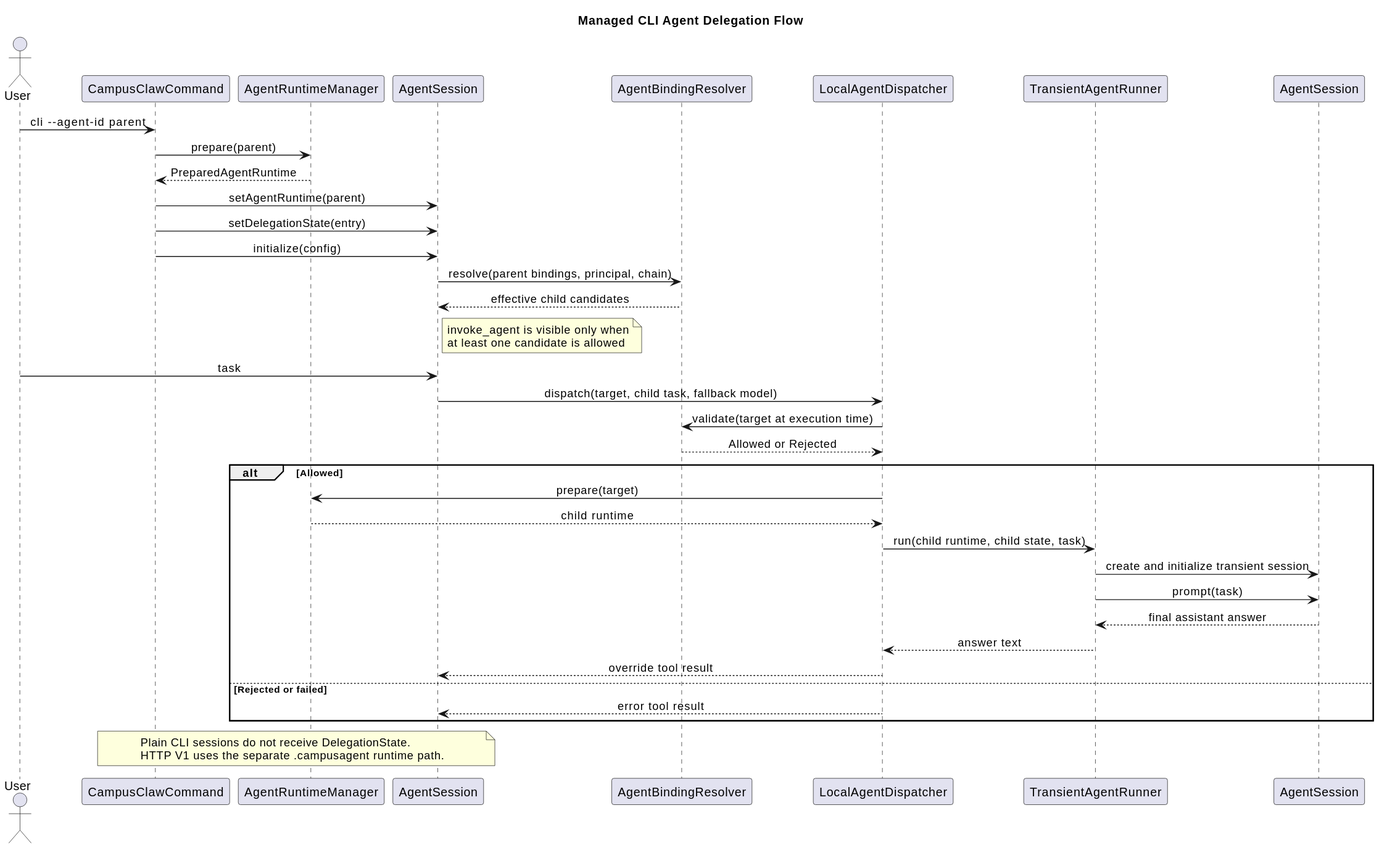
This is docs/designs/agent-delegation/agent_delegation_cli_flow.svg from 2862282695gjh-afk/pi-mono-java, a PlantUML export, as it was before one commit. The source it was exported from:
```plantuml
@startuml
title Managed CLI Agent Delegation Flow

skinparam backgroundColor white
skinparam sequenceMessageAlign center
skinparam responseMessageBelowArrow true

actor User
participant CampusClawCommand as CLI
participant AgentRuntimeManager as RuntimeManager
participant AgentSession as ParentSession
participant AgentBindingResolver as Resolver
participant LocalAgentDispatcher as Dispatcher
participant TransientAgentRunner as Runner
participant AgentSession as ChildSession

User -> CLI: cli --agent-id parent
CLI -> RuntimeManager: prepare(parent)
RuntimeManager --> CLI: PreparedAgentRuntime
CLI -> ParentSession: setAgentRuntime(parent)
CLI -> ParentSession: setDelegationState(entry)
CLI -> ParentSession: initialize(config)

ParentSession -> Resolver: resolve(parent bindings, principal, chain)
Resolver --> ParentSession: effective child candidates
note right of ParentSession
invoke_agent is visible only when
at least one candidate is allowed
end note

User -> ParentSession: task
ParentSession -> Dispatcher: dispatch(target, child task, fallback model)
Dispatcher -> Resolver: validate(target at execution time)
Resolver --> Dispatcher: Allowed or Rejected

alt Allowed
  Dispatcher -> RuntimeManager: prepare(target)
  RuntimeManager --> Dispatcher: child runtime
  Dispatcher -> Runner: run(child runtime, child state, task)
  Runner -> ChildSession: create and initialize transient session
  Runner -> ChildSession: prompt(task)
  ChildSession --> Runner: final assistant answer
  Runner --> Dispatcher: answer text
  Dispatcher --> ParentSession: override tool result
else Rejected or failed
  Dispatcher --> ParentSession: error tool result
end

note over CLI,ParentSession
Plain CLI sessions do not receive DelegationState.
HTTP V1 uses the separate .campusagent runtime path.
end note
@enduml
```
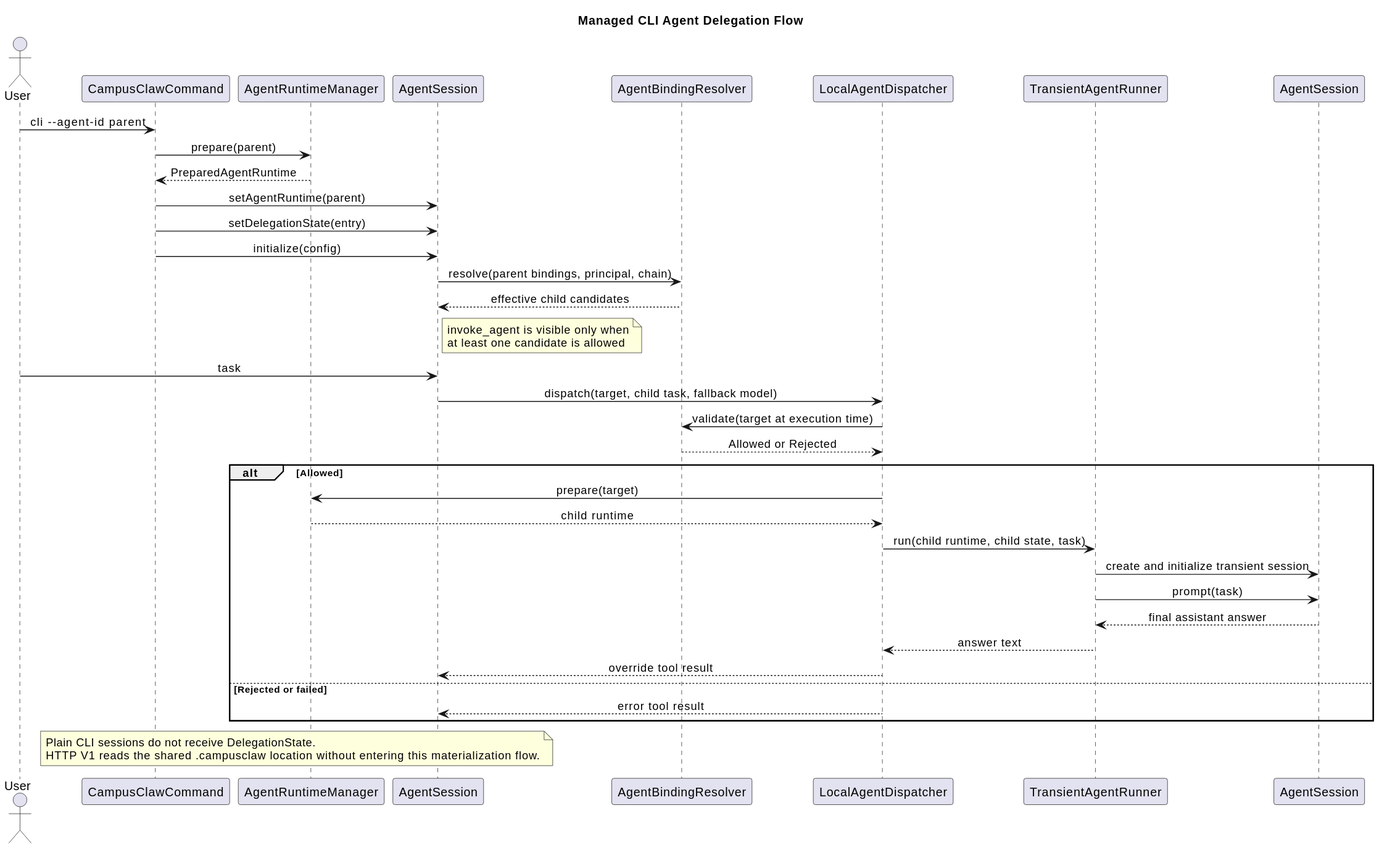
After the change.

Diff of the diagram source:
```diff
@@ -48,6 +48,6 @@
 
 note over CLI,ParentSession
 Plain CLI sessions do not receive DelegationState.
-HTTP V1 uses the separate .campusagent runtime path.
+HTTP V1 reads the shared .campusclaw location without entering this materialization flow.
 end note
 @enduml
```
